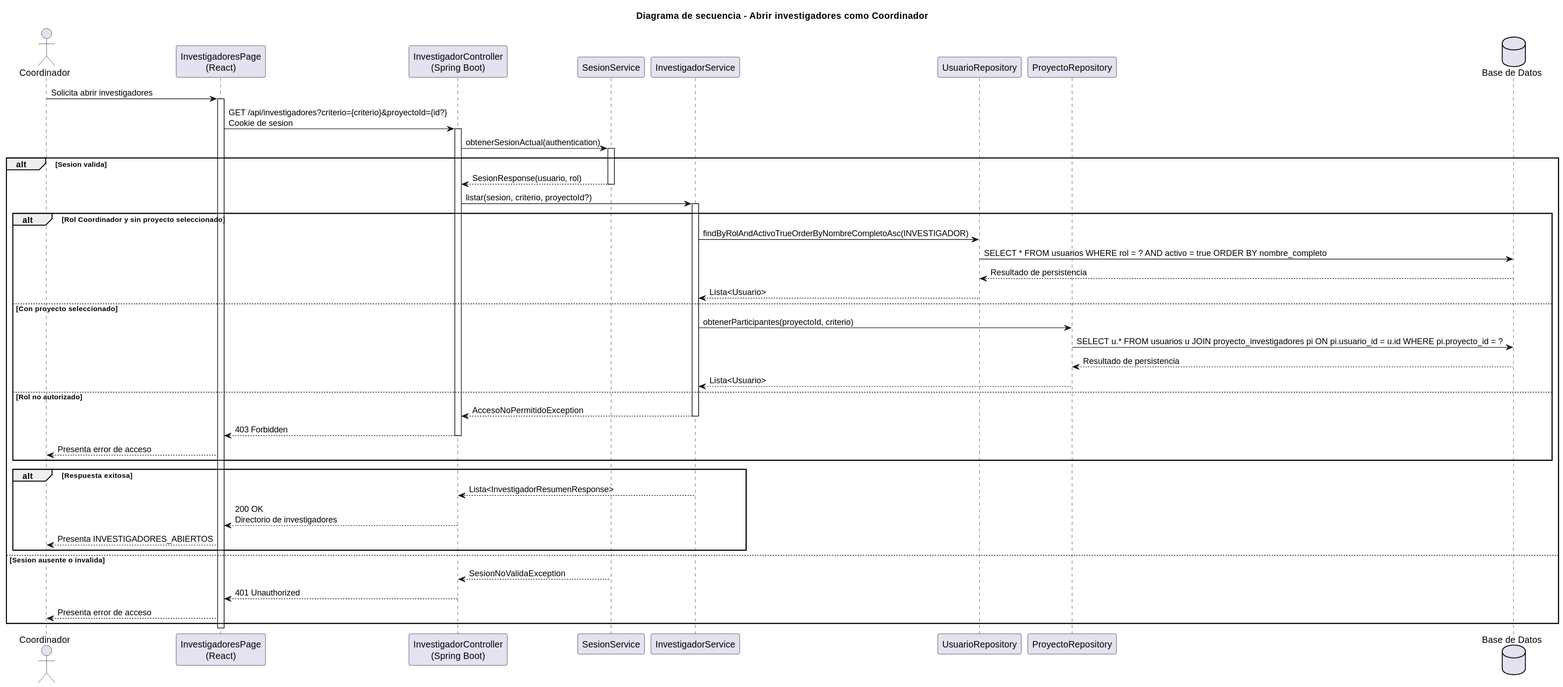
The PlantUML diagram images/RUP/02-diseño/casos-uso/coordinador/abrirInvestigadores/secuencia.svg in beatriizorozco/25-26-idsw2-sdVC, before a commit. The source it was exported from:
```plantuml
@startuml
title Diagrama de secuencia - Abrir investigadores como Coordinador

actor Coordinador
participant "InvestigadoresPage\n(React)" as Frontend
participant "InvestigadorController\n(Spring Boot)" as Api
participant "SesionService" as Sesion
participant "InvestigadorService" as Service
participant "UsuarioRepository" as UsuarioRepo
participant "ProyectoRepository" as ProyectoRepo
database "Base de Datos" as DB

Coordinador -> Frontend: Solicita abrir investigadores
activate Frontend
Frontend -> Api: GET /api/investigadores?criterio={criterio}&proyectoId={id?}\nCookie de sesion
activate Api
Api -> Sesion: obtenerSesionActual(authentication)
activate Sesion
alt Sesion valida
    Sesion --> Api: SesionResponse(usuario, rol)
    deactivate Sesion
    Api -> Service: listar(sesion, criterio, proyectoId?)
    activate Service
    alt Rol Coordinador y sin proyecto seleccionado
        Service -> UsuarioRepo: findByRolAndActivoTrueOrderByNombreCompletoAsc(INVESTIGADOR)
        UsuarioRepo -> DB: SELECT * FROM usuarios WHERE rol = ? AND activo = true ORDER BY nombre_completo
        DB --> UsuarioRepo: Resultado de persistencia
        UsuarioRepo --> Service: Lista<Usuario>
    else Con proyecto seleccionado
        Service -> ProyectoRepo: obtenerParticipantes(proyectoId, criterio)
        ProyectoRepo -> DB: SELECT u.* FROM usuarios u JOIN proyecto_investigadores pi ON pi.usuario_id = u.id WHERE pi.proyecto_id = ?
        DB --> ProyectoRepo: Resultado de persistencia
        ProyectoRepo --> Service: Lista<Usuario>
    else Rol no autorizado
        Service --> Api: AccesoNoPermitidoException
        deactivate Service
        Api --> Frontend: 403 Forbidden
        deactivate Api
        Frontend --> Coordinador: Presenta error de acceso
    end
    alt Respuesta exitosa
        Service --> Api: Lista<InvestigadorResumenResponse>
        deactivate Service
        Api --> Frontend: 200 OK\nDirectorio de investigadores
        deactivate Api
        Frontend --> Coordinador: Presenta INVESTIGADORES_ABIERTOS
    end
else Sesion ausente o invalida
    Sesion --> Api: SesionNoValidaException
    deactivate Sesion
    Api --> Frontend: 401 Unauthorized
    deactivate Api
    Frontend --> Coordinador: Presenta error de acceso
end
deactivate Frontend
@enduml
```
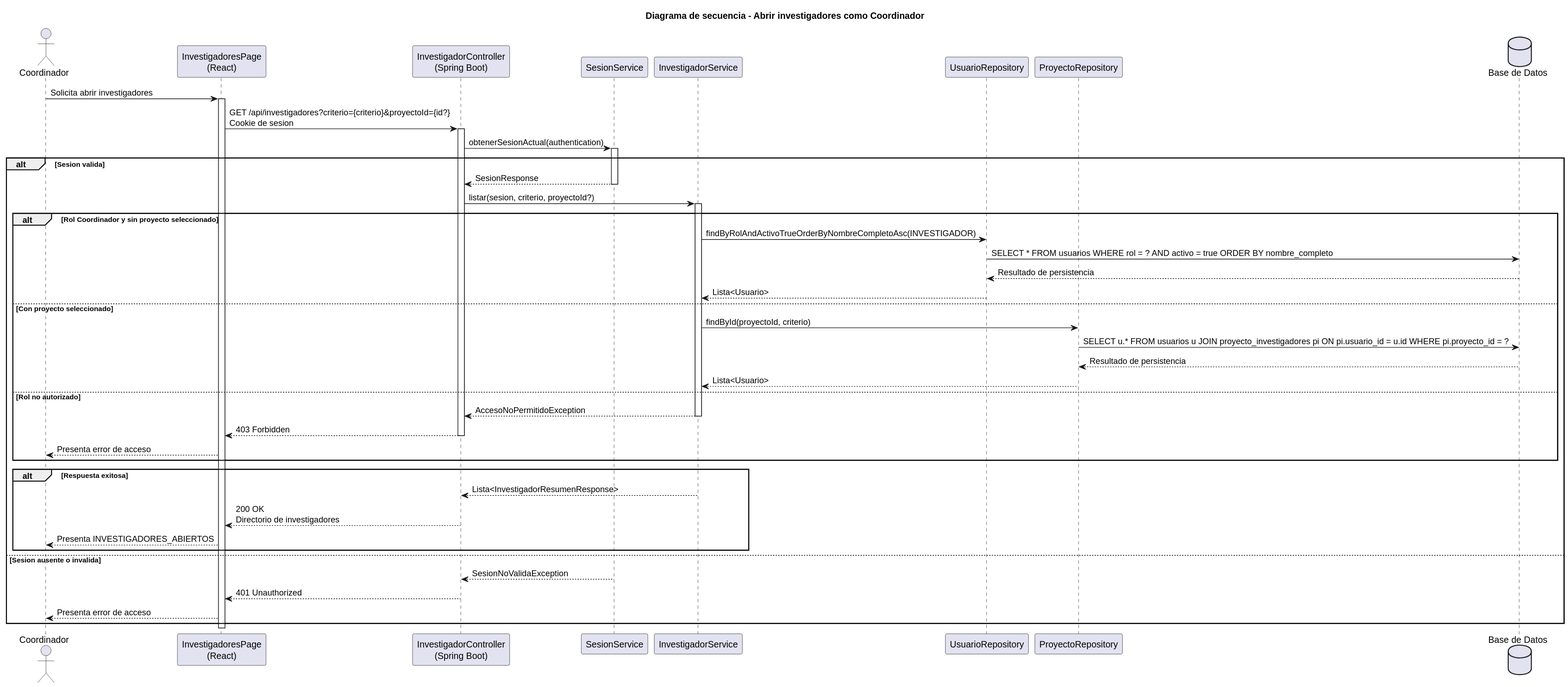
The same file after the commit.

The edit, as a diff of the source:
```diff
@@ -17,7 +17,7 @@
 Api -> Sesion: obtenerSesionActual(authentication)
 activate Sesion
 alt Sesion valida
-    Sesion --> Api: SesionResponse(usuario, rol)
+    Sesion --> Api: SesionResponse
     deactivate Sesion
     Api -> Service: listar(sesion, criterio, proyectoId?)
     activate Service
@@ -27,7 +27,7 @@
         DB --> UsuarioRepo: Resultado de persistencia
         UsuarioRepo --> Service: Lista<Usuario>
     else Con proyecto seleccionado
-        Service -> ProyectoRepo: obtenerParticipantes(proyectoId, criterio)
+        Service -> ProyectoRepo: findById(proyectoId, criterio)
         ProyectoRepo -> DB: SELECT u.* FROM usuarios u JOIN proyecto_investigadores pi ON pi.usuario_id = u.id WHERE pi.proyecto_id = ?
         DB --> ProyectoRepo: Resultado de persistencia
         ProyectoRepo --> Service: Lista<Usuario>
```
